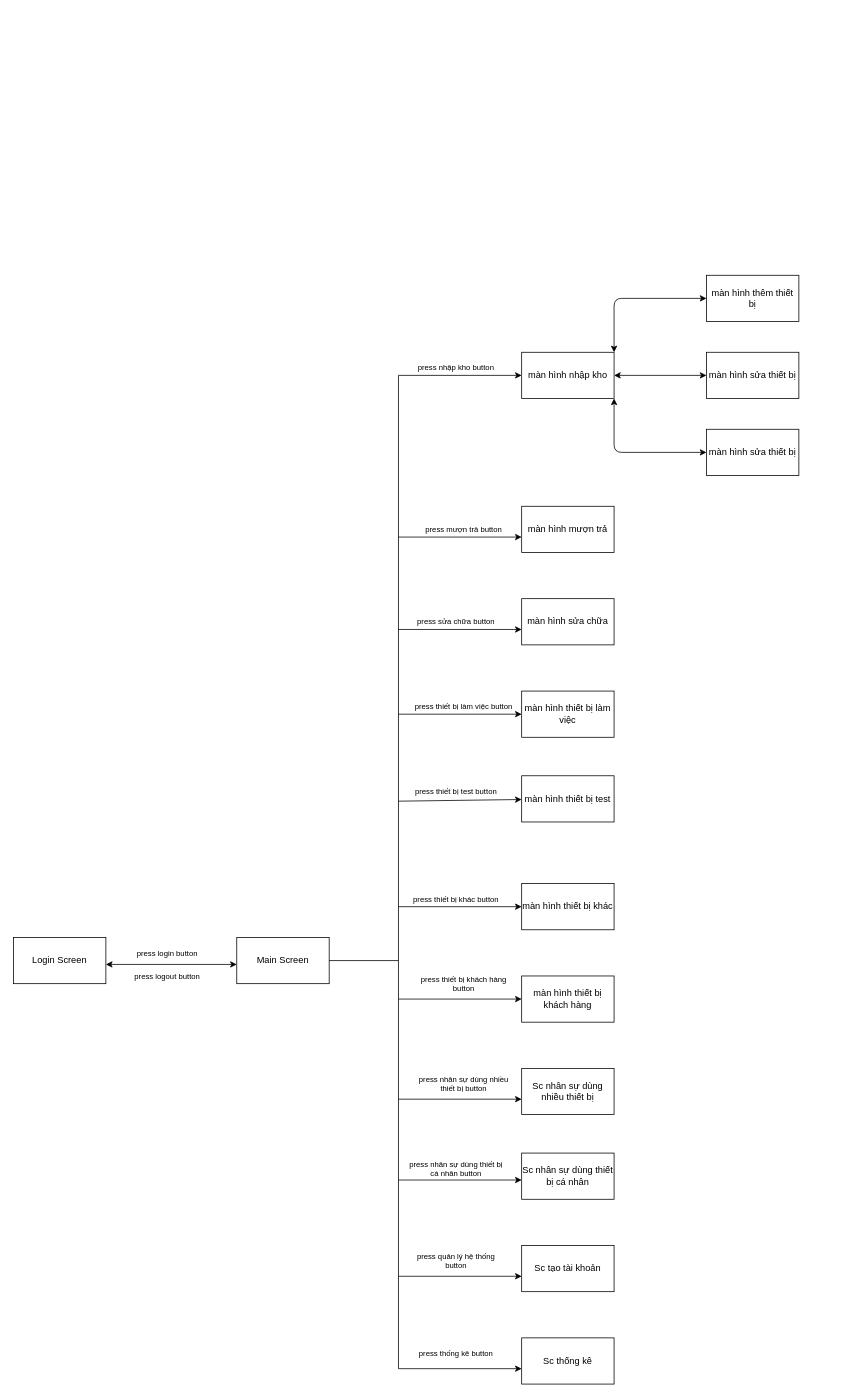
Above: Untitled Diagram.drawio in ominext2020/Diagram2020 (draw.io), before the change. Source tidied: cells renumbered, new cells numbered last; positions are measured from the earlier drawing's top-left corner, leaving out a move shared by most shapes. Both pictures are drawn from the tidied source at 77%, with x=0, y=0 at pixel (13, 275).
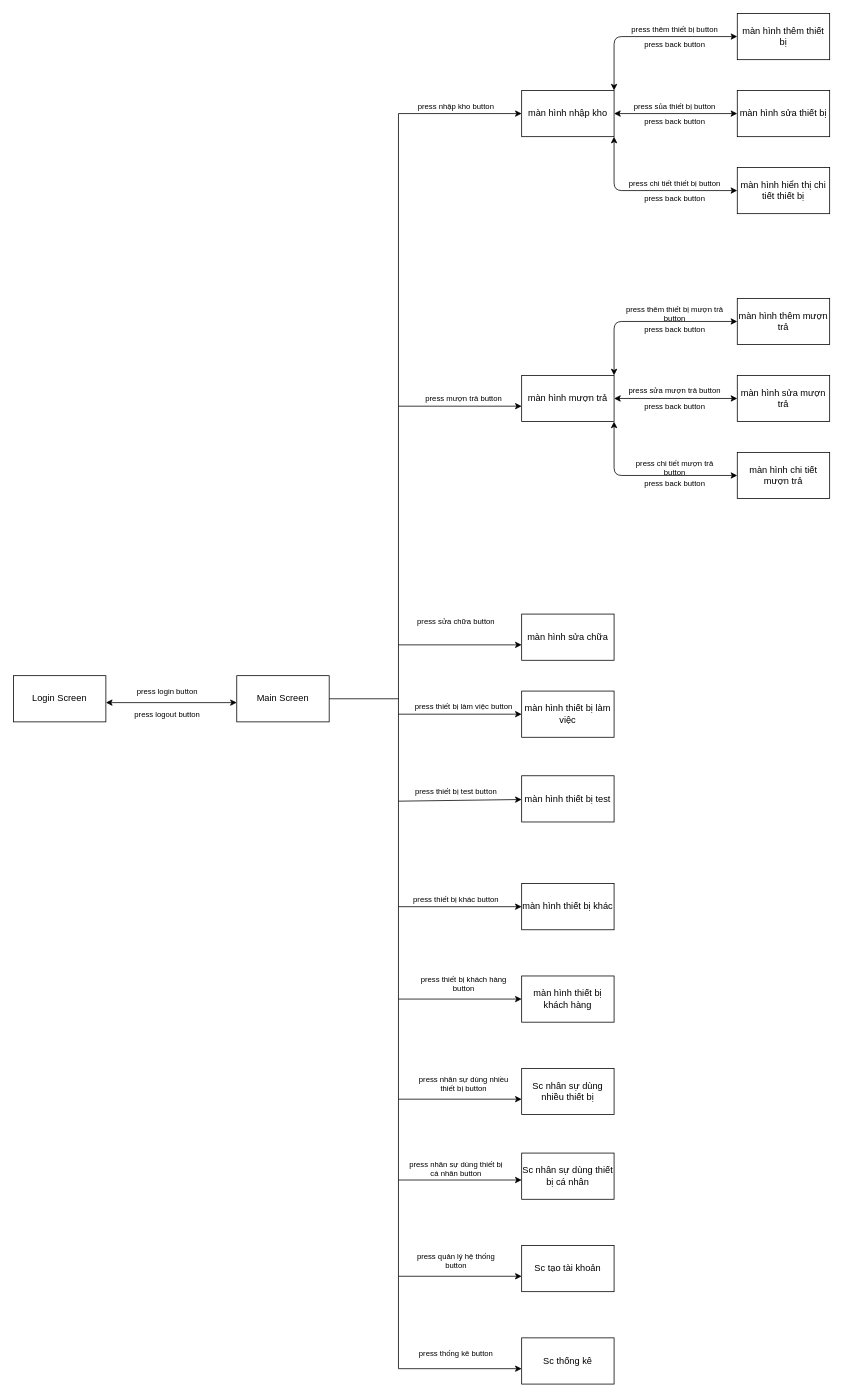
After the change.

What changed in the source:
```diff
@@
     <mxCell id="2" style="rounded=0;whiteSpace=wrap;html=1;fontSize=10;" parent="1" vertex="1">
-      <mxGeometry x="290" y="860" width="120" height="60" as="geometry" />
+      <mxGeometry x="290" y="520" width="120" height="60" as="geometry" />
     </mxCell>
     <mxCell id="3" value="Main Screen" style="text;html=1;strokeColor=none;fillColor=none;align=center;verticalAlign=middle;whiteSpace=wrap;rounded=0;fontSize=12;" parent="1" vertex="1">
-      <mxGeometry x="290" y="880" width="120" height="20" as="geometry" />
+      <mxGeometry x="290" y="540" width="120" height="20" as="geometry" />
     </mxCell>
     <mxCell id="4" style="rounded=0;whiteSpace=wrap;html=1;fontSize=10;" parent="1" vertex="1">
-      <mxGeometry x="660" y="100" width="120" height="60" as="geometry" />
+      <mxGeometry x="660" y="-240" width="120" height="60" as="geometry" />
     </mxCell>
     <mxCell id="5" value="màn hình nhập kho" style="text;html=1;strokeColor=none;fillColor=none;align=center;verticalAlign=middle;whiteSpace=wrap;rounded=0;fontSize=12;" parent="1" vertex="1">
-      <mxGeometry x="660" y="120" width="120" height="20" as="geometry" />
+      <mxGeometry x="660" y="-220" width="120" height="20" as="geometry" />
     </mxCell>
     <mxCell id="6" style="rounded=0;whiteSpace=wrap;html=1;fontSize=10;" parent="1" vertex="1">
-      <mxGeometry x="660" y="300" width="120" height="60" as="geometry" />
+      <mxGeometry x="660" y="130" width="120" height="60" as="geometry" />
     </mxCell>
     <mxCell id="7" value="màn hình mượn trả" style="text;html=1;strokeColor=none;fillColor=none;align=center;verticalAlign=middle;whiteSpace=wrap;rounded=0;fontSize=12;" parent="1" vertex="1">
-      <mxGeometry x="660" y="320" width="120" height="20" as="geometry" />
+      <mxGeometry x="660" y="150" width="120" height="20" as="geometry" />
     </mxCell>
     <mxCell id="8" style="rounded=0;whiteSpace=wrap;html=1;fontSize=10;" parent="1" vertex="1">
-      <mxGeometry x="660" y="420" width="120" height="60" as="geometry" />
+      <mxGeometry x="660" y="440" width="120" height="60" as="geometry" />
     </mxCell>
     <mxCell id="9" value="màn hình sửa chữa" style="text;html=1;strokeColor=none;fillColor=none;align=center;verticalAlign=middle;whiteSpace=wrap;rounded=0;fontSize=12;" parent="1" vertex="1">
-      <mxGeometry x="660" y="440" width="120" height="20" as="geometry" />
+      <mxGeometry x="660" y="460" width="120" height="20" as="geometry" />
     </mxCell>
@@
     <mxCell id="26" style="endArrow=none;html=1;fontSize=10;" parent="1" edge="1">
       <mxGeometry relative="1" as="geometry">
         <mxPoint x="500" y="1420" as="sourcePoint" />
-        <mxPoint x="500" y="130" as="targetPoint" />
+        <mxPoint x="500" y="-210" as="targetPoint" />
       </mxGeometry>
     </mxCell>
     <mxCell id="27" style="endArrow=none;html=1;fontSize=10;exitX=1;exitY=0.5;exitDx=0;exitDy=0;" parent="1" edge="1" source="2">
       <mxGeometry relative="1" as="geometry">
-        <mxPoint x="500" y="890" as="targetPoint" />
+        <mxPoint x="500" y="550" as="targetPoint" />
       </mxGeometry>
     </mxCell>
     <mxCell id="28" style="endArrow=classic;html=1;fontSize=10;entryX=0;entryY=0.5;entryDx=0;entryDy=0;" parent="1" edge="1" target="5">
       <mxGeometry relative="1" as="geometry">
-        <mxPoint x="500" y="130" as="sourcePoint" />
+        <mxPoint x="500" y="-210" as="sourcePoint" />
       </mxGeometry>
     </mxCell>
     <mxCell id="29" style="endArrow=classic;html=1;fontSize=10;entryX=0;entryY=1;entryDx=0;entryDy=0;" parent="1" edge="1" target="7">
       <mxGeometry relative="1" as="geometry">
-        <mxPoint x="500" y="340" as="sourcePoint" />
+        <mxPoint x="500" y="170" as="sourcePoint" />
       </mxGeometry>
     </mxCell>
     <mxCell id="30" style="endArrow=classic;html=1;fontSize=10;entryX=0;entryY=1;entryDx=0;entryDy=0;" parent="1" edge="1" target="9">
       <mxGeometry relative="1" as="geometry">
-        <mxPoint x="500" y="460" as="sourcePoint" />
+        <mxPoint x="500" y="480" as="sourcePoint" />
       </mxGeometry>
     </mxCell>
@@
     <mxCell id="39" style="rounded=0;whiteSpace=wrap;html=1;fontSize=10;" parent="1" vertex="1">
-      <mxGeometry y="860" width="120" height="60" as="geometry" />
+      <mxGeometry y="520" width="120" height="60" as="geometry" />
     </mxCell>
     <mxCell id="40" value="Login Screen" style="text;html=1;strokeColor=none;fillColor=none;align=center;verticalAlign=middle;whiteSpace=wrap;rounded=0;fontSize=12;" parent="1" vertex="1">
-      <mxGeometry y="880" width="120" height="20" as="geometry" />
+      <mxGeometry y="540" width="120" height="20" as="geometry" />
     </mxCell>
@@
     <mxCell id="42" value="press login button" style="text;html=1;strokeColor=none;fillColor=none;align=center;verticalAlign=middle;whiteSpace=wrap;rounded=0;fontSize=10;" parent="1" vertex="1">
-      <mxGeometry x="140" y="870" width="120" height="20" as="geometry" />
+      <mxGeometry x="140" y="530" width="120" height="20" as="geometry" />
     </mxCell>
     <mxCell id="43" value="press logout button" style="text;html=1;strokeColor=none;fillColor=none;align=center;verticalAlign=middle;whiteSpace=wrap;rounded=0;fontSize=10;" parent="1" vertex="1">
-      <mxGeometry x="140" y="900" width="120" height="20" as="geometry" />
+      <mxGeometry x="140" y="560" width="120" height="20" as="geometry" />
     </mxCell>
     <mxCell id="44" value="press nhập kho button" style="text;html=1;strokeColor=none;fillColor=none;align=center;verticalAlign=middle;whiteSpace=wrap;rounded=0;fontSize=10;" parent="1" vertex="1">
-      <mxGeometry x="510" y="110" width="130" height="20" as="geometry" />
+      <mxGeometry x="510" y="-230" width="130" height="20" as="geometry" />
     </mxCell>
     <mxCell id="45" value="press mượn trả button" style="text;html=1;strokeColor=none;fillColor=none;align=center;verticalAlign=middle;whiteSpace=wrap;rounded=0;fontSize=10;" parent="1" vertex="1">
-      <mxGeometry x="520" y="320" width="130" height="20" as="geometry" />
+      <mxGeometry x="520" y="150" width="130" height="20" as="geometry" />
     </mxCell>
@@
     <mxCell id="55" style="rounded=0;whiteSpace=wrap;html=1;fontSize=10;" parent="1" vertex="1">
-      <mxGeometry x="900" width="120" height="60" as="geometry" />
+      <mxGeometry x="940" y="-340" width="120" height="60" as="geometry" />
     </mxCell>
     <mxCell id="56" value="màn hình thêm thiết bị" style="text;html=1;strokeColor=none;fillColor=none;align=center;verticalAlign=middle;whiteSpace=wrap;rounded=0;fontSize=12;" parent="1" vertex="1">
-      <mxGeometry x="900" y="20" width="120" height="20" as="geometry" />
+      <mxGeometry x="940" y="-320" width="120" height="20" as="geometry" />
     </mxCell>
     <mxCell id="57" style="rounded=0;whiteSpace=wrap;html=1;fontSize=10;" parent="1" vertex="1">
-      <mxGeometry x="900" y="100" width="120" height="60" as="geometry" />
+      <mxGeometry x="940" y="-240" width="120" height="60" as="geometry" />
     </mxCell>
     <mxCell id="58" value="màn hình sửa thiết bị" style="text;html=1;strokeColor=none;fillColor=none;align=center;verticalAlign=middle;whiteSpace=wrap;rounded=0;fontSize=12;" parent="1" vertex="1">
-      <mxGeometry x="900" y="120" width="120" height="20" as="geometry" />
+      <mxGeometry x="940" y="-220" width="120" height="20" as="geometry" />
     </mxCell>
     <mxCell id="59" style="rounded=0;whiteSpace=wrap;html=1;fontSize=10;" parent="1" vertex="1">
-      <mxGeometry x="900" y="200" width="120" height="60" as="geometry" />
+      <mxGeometry x="940" y="-140" width="120" height="60" as="geometry" />
     </mxCell>
-    <mxCell id="60" value="màn hình sửa thiết bị" style="text;html=1;strokeColor=none;fillColor=none;align=center;verticalAlign=middle;whiteSpace=wrap;rounded=0;fontSize=12;" parent="1" vertex="1">
-      <mxGeometry x="900" y="220" width="120" height="20" as="geometry" />
+    <mxCell id="60" value="màn hình hiển thị chi tiết thiết bị" style="text;html=1;strokeColor=none;fillColor=none;align=center;verticalAlign=middle;whiteSpace=wrap;rounded=0;fontSize=12;" parent="1" vertex="1">
+      <mxGeometry x="940" y="-120" width="120" height="20" as="geometry" />
     </mxCell>
     <mxCell id="61" style="endArrow=classic;startArrow=classic;html=1;fontSize=10;entryX=0;entryY=0.5;entryDx=0;entryDy=0;exitX=1;exitY=0;exitDx=0;exitDy=0;" parent="1" edge="1" source="4" target="56">
       <mxGeometry relative="1" as="geometry">
         <Array as="points">
-          <mxPoint x="780" y="30" />
+          <mxPoint x="780" y="-310" />
         </Array>
       </mxGeometry>
     </mxCell>
-    <mxCell id="62" style="endArrow=classic;startArrow=classic;html=1;fontSize=10;entryX=0;entryY=0.5;entryDx=0;entryDy=0;exitX=1;exitY=1;exitDx=0;exitDy=0;" parent="1" edge="1" source="4">
+    <mxCell id="62" style="endArrow=classic;startArrow=classic;html=1;fontSize=10;entryX=0;entryY=0.5;entryDx=0;entryDy=0;exitX=1;exitY=1;exitDx=0;exitDy=0;" parent="1" edge="1" source="4" target="60">
       <mxGeometry relative="1" as="geometry">
-        <mxPoint x="900" y="230" as="targetPoint" />
         <Array as="points">
-          <mxPoint x="780" y="230" />
+          <mxPoint x="780" y="-110" />
         </Array>
       </mxGeometry>
     </mxCell>
@@
+    <mxCell id="64" value="press thêm thiết bị button" style="text;html=1;strokeColor=none;fillColor=none;align=center;verticalAlign=middle;whiteSpace=wrap;rounded=0;fontSize=10;" parent="1" vertex="1">
+      <mxGeometry x="794" y="-330" width="130" height="20" as="geometry" />
+    </mxCell>
+    <mxCell id="65" value="press back button" style="text;html=1;strokeColor=none;fillColor=none;align=center;verticalAlign=middle;whiteSpace=wrap;rounded=0;fontSize=10;" parent="1" vertex="1">
+      <mxGeometry x="794" y="-310" width="130" height="20" as="geometry" />
+    </mxCell>
+    <mxCell id="66" value="press sủa thiết bị button" style="text;html=1;strokeColor=none;fillColor=none;align=center;verticalAlign=middle;whiteSpace=wrap;rounded=0;fontSize=10;" parent="1" vertex="1">
+      <mxGeometry x="794" y="-230" width="130" height="20" as="geometry" />
+    </mxCell>
+    <mxCell id="67" value="press back button" style="text;html=1;strokeColor=none;fillColor=none;align=center;verticalAlign=middle;whiteSpace=wrap;rounded=0;fontSize=10;" parent="1" vertex="1">
+      <mxGeometry x="794" y="-210" width="130" height="20" as="geometry" />
+    </mxCell>
+    <mxCell id="68" value="press chi tiết thiết bị button" style="text;html=1;strokeColor=none;fillColor=none;align=center;verticalAlign=middle;whiteSpace=wrap;rounded=0;fontSize=10;" parent="1" vertex="1">
+      <mxGeometry x="794" y="-130" width="130" height="20" as="geometry" />
+    </mxCell>
+    <mxCell id="69" value="press back button" style="text;html=1;strokeColor=none;fillColor=none;align=center;verticalAlign=middle;whiteSpace=wrap;rounded=0;fontSize=10;" parent="1" vertex="1">
+      <mxGeometry x="794" y="-110" width="130" height="20" as="geometry" />
+    </mxCell>
+    <mxCell id="70" style="rounded=0;whiteSpace=wrap;html=1;fontSize=10;" parent="1" vertex="1">
+      <mxGeometry x="940" y="30" width="120" height="60" as="geometry" />
+    </mxCell>
+    <mxCell id="71" value="màn hình thêm mượn trả" style="text;html=1;strokeColor=none;fillColor=none;align=center;verticalAlign=middle;whiteSpace=wrap;rounded=0;fontSize=12;" parent="1" vertex="1">
+      <mxGeometry x="940" y="50" width="120" height="20" as="geometry" />
+    </mxCell>
+    <mxCell id="72" style="rounded=0;whiteSpace=wrap;html=1;fontSize=10;" parent="1" vertex="1">
+      <mxGeometry x="940" y="130" width="120" height="60" as="geometry" />
+    </mxCell>
+    <mxCell id="73" value="màn hình sửa mượn trả" style="text;html=1;strokeColor=none;fillColor=none;align=center;verticalAlign=middle;whiteSpace=wrap;rounded=0;fontSize=12;" parent="1" vertex="1">
+      <mxGeometry x="940" y="150" width="120" height="20" as="geometry" />
+    </mxCell>
+    <mxCell id="74" style="rounded=0;whiteSpace=wrap;html=1;fontSize=10;" parent="1" vertex="1">
+      <mxGeometry x="940" y="230" width="120" height="60" as="geometry" />
+    </mxCell>
+    <mxCell id="75" value="màn hình chi tiết mượn trả" style="text;html=1;strokeColor=none;fillColor=none;align=center;verticalAlign=middle;whiteSpace=wrap;rounded=0;fontSize=12;" parent="1" vertex="1">
+      <mxGeometry x="940" y="250" width="120" height="20" as="geometry" />
+    </mxCell>
+    <mxCell id="76" style="endArrow=classic;startArrow=classic;html=1;fontSize=10;entryX=0;entryY=0.5;entryDx=0;entryDy=0;exitX=1;exitY=0;exitDx=0;exitDy=0;" parent="1" edge="1" target="71">
+      <mxGeometry relative="1" as="geometry">
+        <mxPoint x="780" y="130" as="sourcePoint" />
+        <Array as="points">
+          <mxPoint x="780" y="60" />
+        </Array>
+      </mxGeometry>
+    </mxCell>
+    <mxCell id="77" style="endArrow=classic;startArrow=classic;html=1;fontSize=10;entryX=0;entryY=0.5;entryDx=0;entryDy=0;exitX=1;exitY=1;exitDx=0;exitDy=0;" parent="1" edge="1" target="75">
+      <mxGeometry relative="1" as="geometry">
+        <mxPoint x="780" y="190" as="sourcePoint" />
+        <Array as="points">
+          <mxPoint x="780" y="260" />
+        </Array>
+      </mxGeometry>
+    </mxCell>
+    <mxCell id="78" style="endArrow=classic;startArrow=classic;html=1;fontSize=10;entryX=0;entryY=0.5;entryDx=0;entryDy=0;exitX=1;exitY=0.5;exitDx=0;exitDy=0;" parent="1" edge="1" target="73">
+      <mxGeometry relative="1" as="geometry">
+        <mxPoint x="780" y="160" as="sourcePoint" />
+      </mxGeometry>
+    </mxCell>
+    <mxCell id="79" value="press thêm thiết bị mượn trả button" style="text;html=1;strokeColor=none;fillColor=none;align=center;verticalAlign=middle;whiteSpace=wrap;rounded=0;fontSize=10;" parent="1" vertex="1">
+      <mxGeometry x="794" y="40" width="130" height="20" as="geometry" />
+    </mxCell>
+    <mxCell id="80" value="press back button" style="text;html=1;strokeColor=none;fillColor=none;align=center;verticalAlign=middle;whiteSpace=wrap;rounded=0;fontSize=10;" parent="1" vertex="1">
+      <mxGeometry x="794" y="60" width="130" height="20" as="geometry" />
+    </mxCell>
+    <mxCell id="81" value="press sửa mượn trả button" style="text;html=1;strokeColor=none;fillColor=none;align=center;verticalAlign=middle;whiteSpace=wrap;rounded=0;fontSize=10;" parent="1" vertex="1">
+      <mxGeometry x="794" y="140" width="130" height="20" as="geometry" />
+    </mxCell>
+    <mxCell id="82" value="press back button" style="text;html=1;strokeColor=none;fillColor=none;align=center;verticalAlign=middle;whiteSpace=wrap;rounded=0;fontSize=10;" parent="1" vertex="1">
+      <mxGeometry x="794" y="160" width="130" height="20" as="geometry" />
+    </mxCell>
+    <mxCell id="83" value="press chi tiết mượn trả button" style="text;html=1;strokeColor=none;fillColor=none;align=center;verticalAlign=middle;whiteSpace=wrap;rounded=0;fontSize=10;" parent="1" vertex="1">
+      <mxGeometry x="794" y="240" width="130" height="20" as="geometry" />
+    </mxCell>
+    <mxCell id="84" value="press back button" style="text;html=1;strokeColor=none;fillColor=none;align=center;verticalAlign=middle;whiteSpace=wrap;rounded=0;fontSize=10;" parent="1" vertex="1">
+      <mxGeometry x="794" y="260" width="130" height="20" as="geometry" />
+    </mxCell>
```
